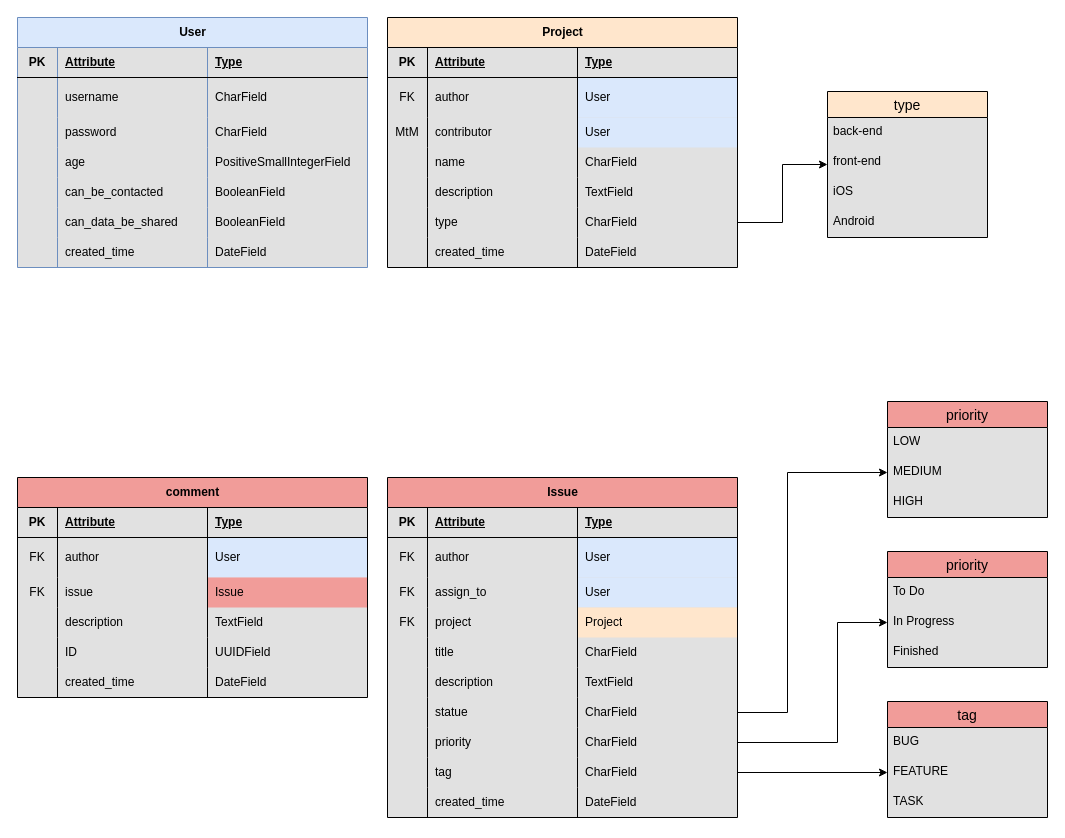
CuteSlime/P10_Creez_une_API_securisee_RESTful_en_utilisant_Django_REST keeps this draw.io diagram as P10_model.drawio. Above is the earlier version. Source tidied: cells renumbered, new cells numbered last; positions are measured from the earlier drawing's top-left corner, leaving out a move shared by most shapes. Both pictures are drawn from the tidied source at 100%, with x=0, y=0 at pixel (17, 17).
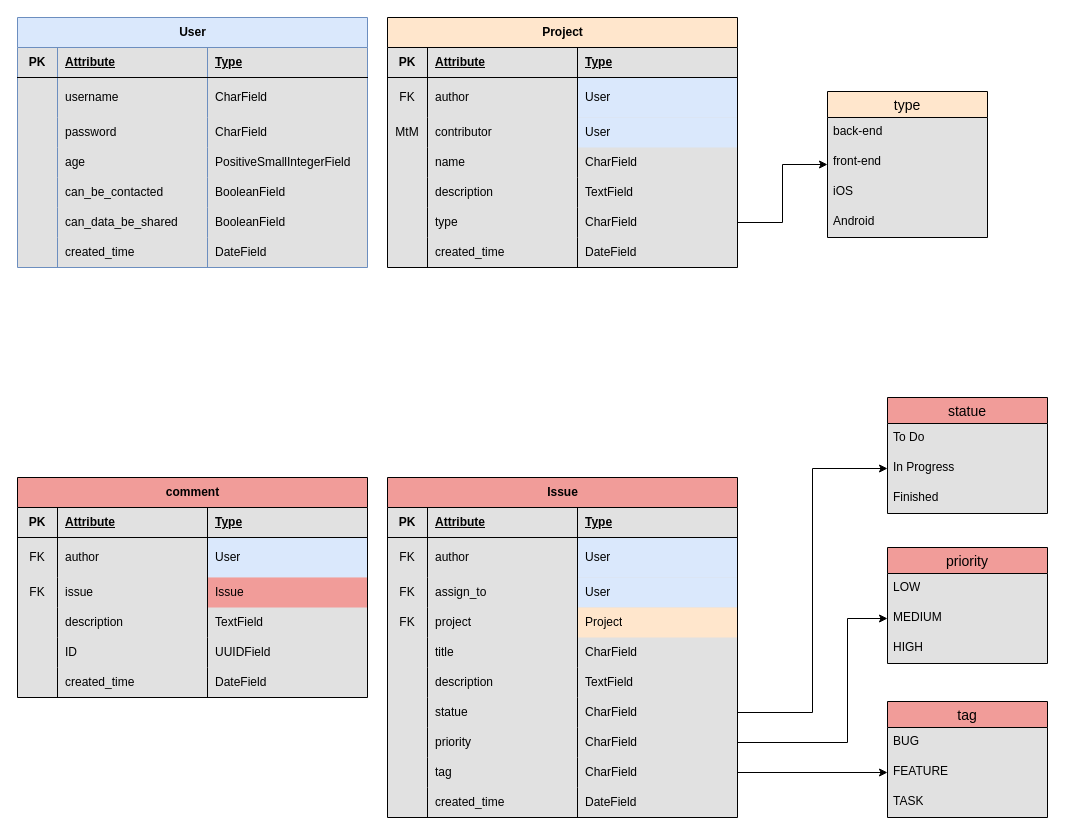
Above is the later version.

Commit message:
Mettre à jour P10_model.drawio

Unchanged cells that the change refers to:
```xml
<mxCell id="91" style="shape=tableRow;horizontal=0;startSize=0;swimlaneHead=0;swimlaneBody=0;fillColor=none;points=[[0,0.5],[1,0.5]];portConstraint=eastwest;top=0;left=0;right=0;bottom=0;" parent="66" vertex="1">
  <mxGeometry y="220" width="350" height="30" as="geometry" />
</mxCell>
<mxCell id="95" style="shape=tableRow;horizontal=0;startSize=0;swimlaneHead=0;swimlaneBody=0;fillColor=none;points=[[0,0.5],[1,0.5]];portConstraint=eastwest;top=0;left=0;right=0;bottom=0;" parent="66" vertex="1">
  <mxGeometry y="250" width="350" height="30" as="geometry" />
</mxCell>
<mxCell id="109" value="MEDIUM" style="text;strokeColor=none;fillColor=none;spacingLeft=4;spacingRight=4;overflow=hidden;points=[[0,0.5],[1,0.5]];portConstraint=eastwest;fontSize=12;whiteSpace=wrap;html=1;" parent="107" vertex="1">
  <mxGeometry y="56" width="160" height="30" as="geometry" />
</mxCell>
<mxCell id="117" value="In Progress" style="text;strokeColor=none;fillColor=none;spacingLeft=4;spacingRight=4;overflow=hidden;points=[[0,0.5],[1,0.5]];portConstraint=eastwest;fontSize=12;whiteSpace=wrap;html=1;" parent="115" vertex="1">
  <mxGeometry y="56" width="160" height="30" as="geometry" />
</mxCell>
```

Change to the diagram source:
```diff
@@
     <mxCell id="107" value="priority" style="swimlane;fontStyle=0;horizontal=1;startSize=26;align=center;fontSize=14;fillColor=#F19C99;strokeColor=#000000;swimlaneFillColor=#E1E1E1;" parent="1" vertex="1">
-      <mxGeometry x="870" y="384" width="160" height="116" as="geometry" />
+      <mxGeometry x="870" y="530" width="160" height="116" as="geometry" />
     </mxCell>
@@
-    <mxCell id="115" value="priority" style="swimlane;fontStyle=0;horizontal=1;startSize=26;align=center;fontSize=14;fillColor=#F19C99;strokeColor=#000000;swimlaneFillColor=#E1E1E1;" parent="1" vertex="1">
-      <mxGeometry x="870" y="534" width="160" height="116" as="geometry" />
+    <mxCell id="115" value="statue" style="swimlane;fontStyle=0;horizontal=1;startSize=26;align=center;fontSize=14;fillColor=#F19C99;strokeColor=#000000;swimlaneFillColor=#E1E1E1;" parent="1" vertex="1">
+      <mxGeometry x="870" y="380" width="160" height="116" as="geometry" />
     </mxCell>
@@
-    <mxCell id="120" style="edgeStyle=orthogonalEdgeStyle;rounded=0;jettySize=auto;html=1;entryX=0;entryY=0.5;entryDx=0;entryDy=0;" parent="1" edge="1" source="95" target="117">
-      <mxGeometry relative="1" as="geometry">
-        <Array as="points">
-          <mxPoint x="820" y="725" />
-          <mxPoint x="820" y="605" />
-        </Array>
-      </mxGeometry>
-    </mxCell>
-    <mxCell id="121" style="edgeStyle=orthogonalEdgeStyle;rounded=0;jettySize=auto;html=1;entryX=0;entryY=0.5;entryDx=0;entryDy=0;" parent="1" edge="1" source="91" target="109">
-      <mxGeometry relative="1" as="geometry">
-        <Array as="points">
-          <mxPoint x="770" y="695" />
-          <mxPoint x="770" y="455" />
-        </Array>
-      </mxGeometry>
-    </mxCell>
@@
+    <mxCell id="147" style="edgeStyle=orthogonalEdgeStyle;rounded=0;jettySize=auto;html=1;entryX=0;entryY=0.5;entryDx=0;entryDy=0;exitX=1;exitY=0.5;exitDx=0;exitDy=0;" parent="1" edge="1" source="95" target="109">
+      <mxGeometry relative="1" as="geometry">
+        <Array as="points">
+          <mxPoint x="830" y="725" />
+          <mxPoint x="830" y="601" />
+        </Array>
+      </mxGeometry>
+    </mxCell>
+    <mxCell id="148" style="edgeStyle=orthogonalEdgeStyle;rounded=0;jettySize=auto;html=1;entryX=0;entryY=0.5;entryDx=0;entryDy=0;" parent="1" edge="1" source="91" target="117">
+      <mxGeometry relative="1" as="geometry" />
+    </mxCell>
```
